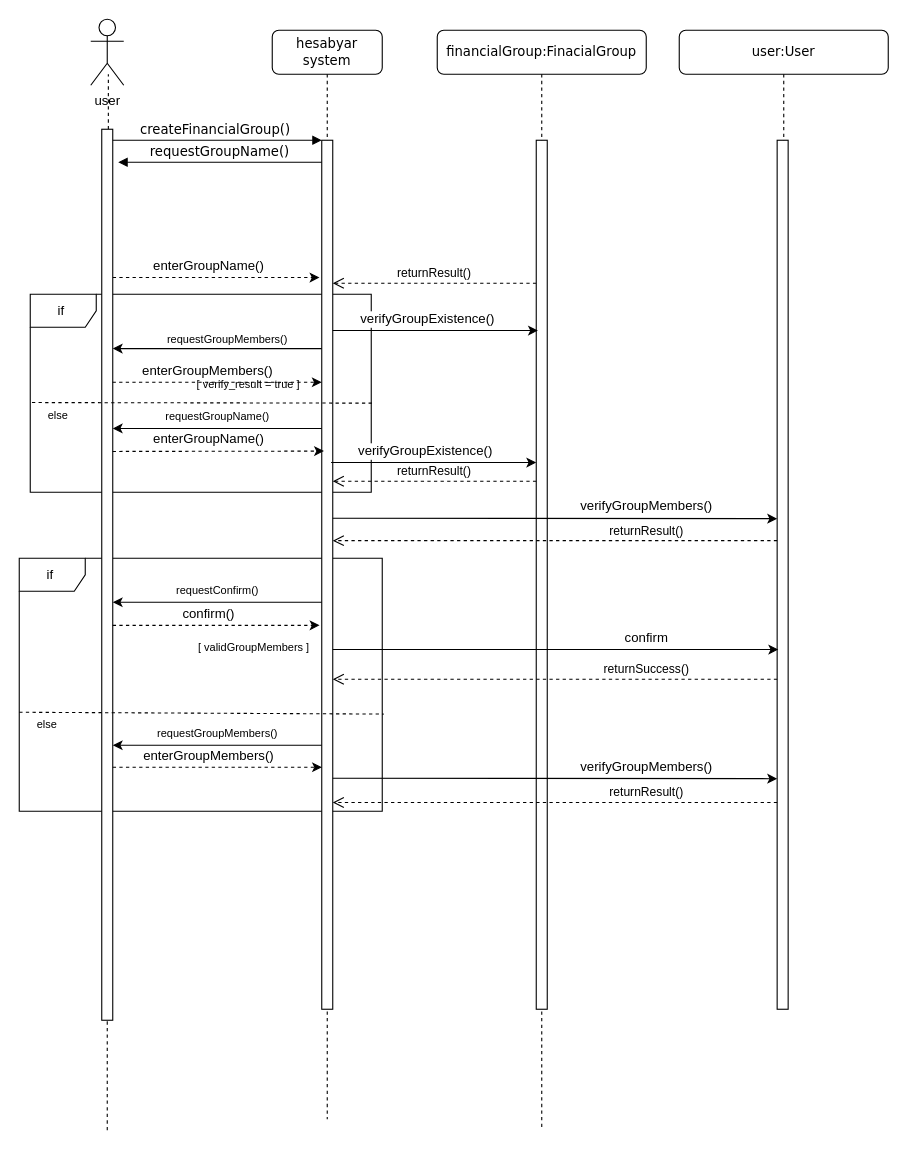
Before: Behavioral Modeling/Sequence Diagram/FinancialGroup_sequenceDiagram.drawio in mahdighazanfari/hesabyar, a draw.io diagram. Source tidied: cells renumbered, new cells numbered last; positions are measured from the earlier drawing's top-left corner, leaving out a move shared by most shapes. Both pictures are drawn from the tidied source at 110%, with x=0, y=0 at pixel (19, 19).
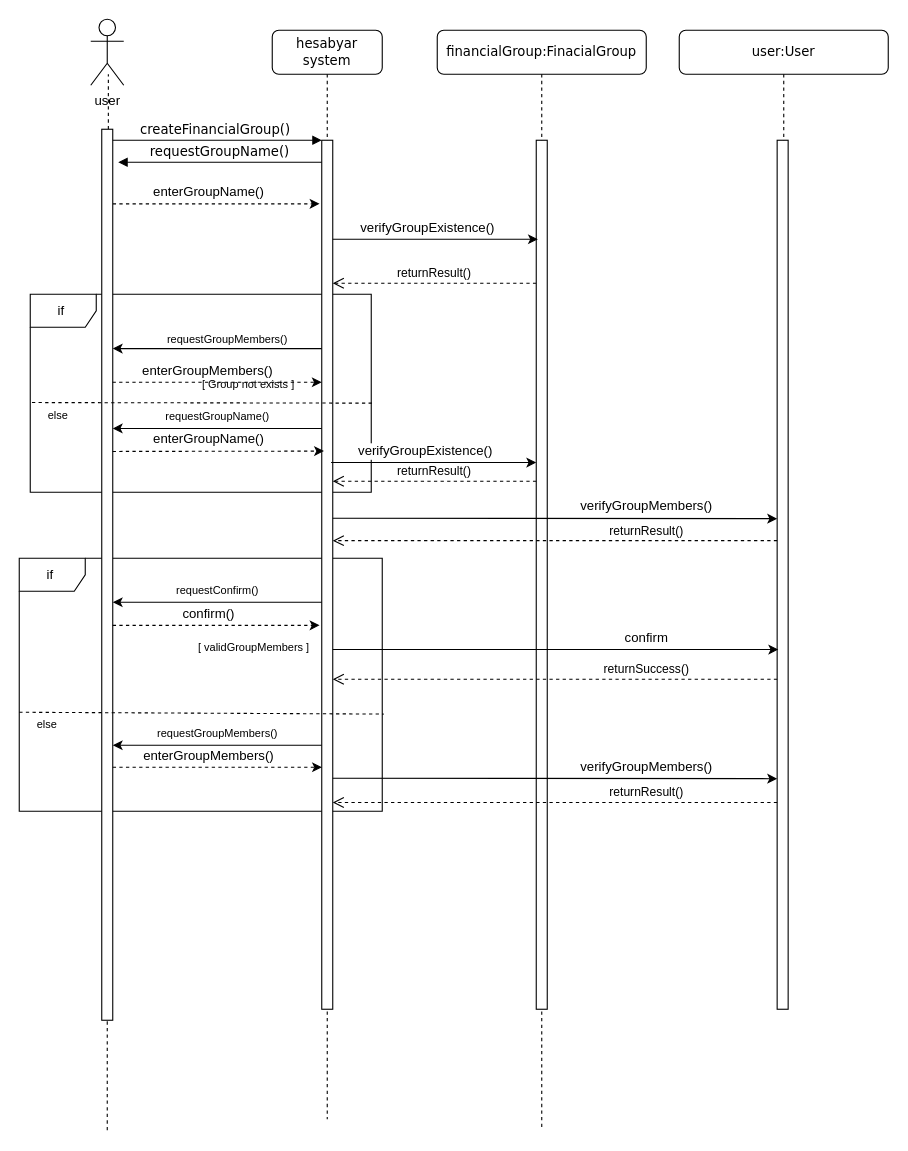
Above is the later version.

Commit message:
fixing financial group sequence diagram

The change refers to these unchanged cells:
```xml
<mxCell id="5" style="html=1;points=[];perimeter=orthogonalPerimeter;rounded=0;shadow=0;comic=0;labelBackgroundColor=none;strokeColor=#000000;strokeWidth=1;fillColor=#FFFFFF;fontFamily=Verdana;fontSize=12;fontColor=#000000;align=center;" parent="4" vertex="1">
  <mxGeometry x="45" y="100" width="10" height="790" as="geometry" />
</mxCell>
<mxCell id="16" style="html=1;points=[];perimeter=orthogonalPerimeter;" parent="1" vertex="1">
  <mxGeometry x="75" y="100" width="10" height="810" as="geometry" />
</mxCell>
<mxCell id="22" style="html=1;points=[];perimeter=orthogonalPerimeter;rounded=0;shadow=0;comic=0;labelBackgroundColor=none;strokeColor=#000000;strokeWidth=1;fillColor=#FFFFFF;fontFamily=Verdana;fontSize=12;fontColor=#000000;align=center;" parent="1" vertex="1">
  <mxGeometry x="470" y="110" width="10" height="790" as="geometry" />
</mxCell>
```

What changed in the source:
```diff
@@
-    <mxCell id="11" style="endArrow=classic;html=1;entryX=-0.205;entryY=0.158;entryDx=0;entryDy=0;entryPerimeter=0;dashed=1;" parent="1" edge="1" source="16" target="5">
-      <mxGeometry relative="1" as="geometry" />
+    <mxCell id="11" style="endArrow=classic;html=1;entryX=-0.205;entryY=0.158;entryDx=0;entryDy=0;entryPerimeter=0;dashed=1;" parent="1" edge="1">
+      <mxGeometry relative="1" as="geometry">
+        <mxPoint x="85" y="167.8" as="sourcePoint" />
+        <mxPoint x="273" y="167.8" as="targetPoint" />
+      </mxGeometry>
     </mxCell>
@@
-    <mxCell id="18" value="&lt;span style=&quot;font-size: 10px&quot;&gt;[ verify_result = true ]&lt;/span&gt;" style="text;html=1;align=center;verticalAlign=middle;labelBackgroundColor=#ffffff;" parent="1" vertex="1">
+    <mxCell id="18" value="&lt;span style=&quot;font-size: 10px&quot;&gt;[ Group not exists ]&lt;/span&gt;" style="text;html=1;align=center;verticalAlign=middle;labelBackgroundColor=#ffffff;" parent="1" vertex="1">
       <mxGeometry x="-0.15" y="1" relative="1" as="geometry">
         <mxPoint x="207" y="331" as="offset" />
       </mxGeometry>
     </mxCell>
@@
-    <mxCell id="23" style="endArrow=classic;html=1;entryX=0.152;entryY=0.219;entryDx=0;entryDy=0;entryPerimeter=0;" parent="1" edge="1" source="5" target="22">
-      <mxGeometry relative="1" as="geometry" />
+    <mxCell id="23" style="endArrow=classic;html=1;entryX=0.152;entryY=0.219;entryDx=0;entryDy=0;entryPerimeter=0;" parent="1" edge="1">
+      <mxGeometry relative="1" as="geometry">
+        <mxPoint x="285" y="200" as="sourcePoint" />
+        <mxPoint x="471.5" y="200" as="targetPoint" />
+      </mxGeometry>
     </mxCell>
```
